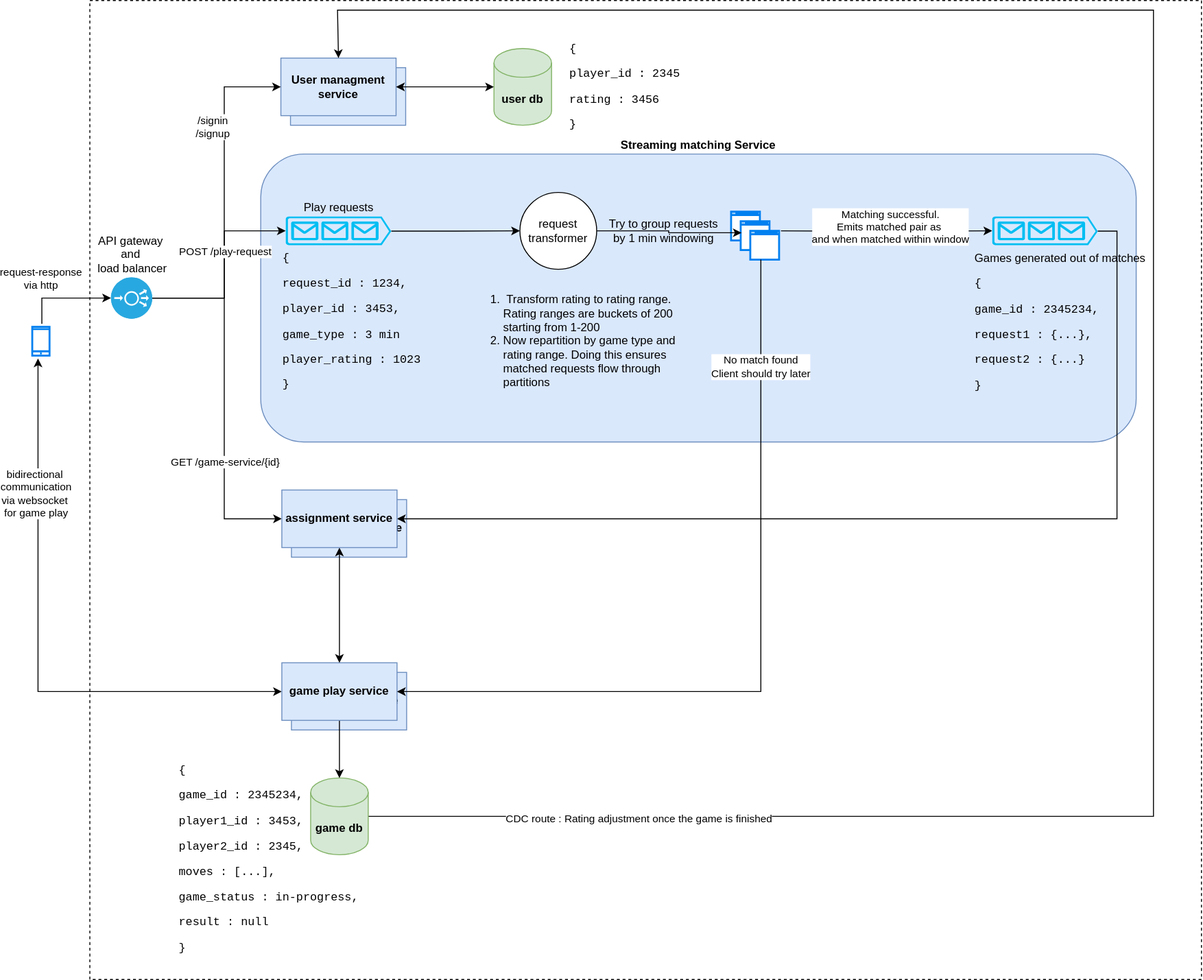
The draw.io diagram chess.com/chess.com.drawio.svg in AbhijithMadhav/distributed-systems, before a commit. Source tidied: cells renumbered, new cells last; positions are measured from the earlier drawing's top-left corner, leaving out a move shared by most shapes.
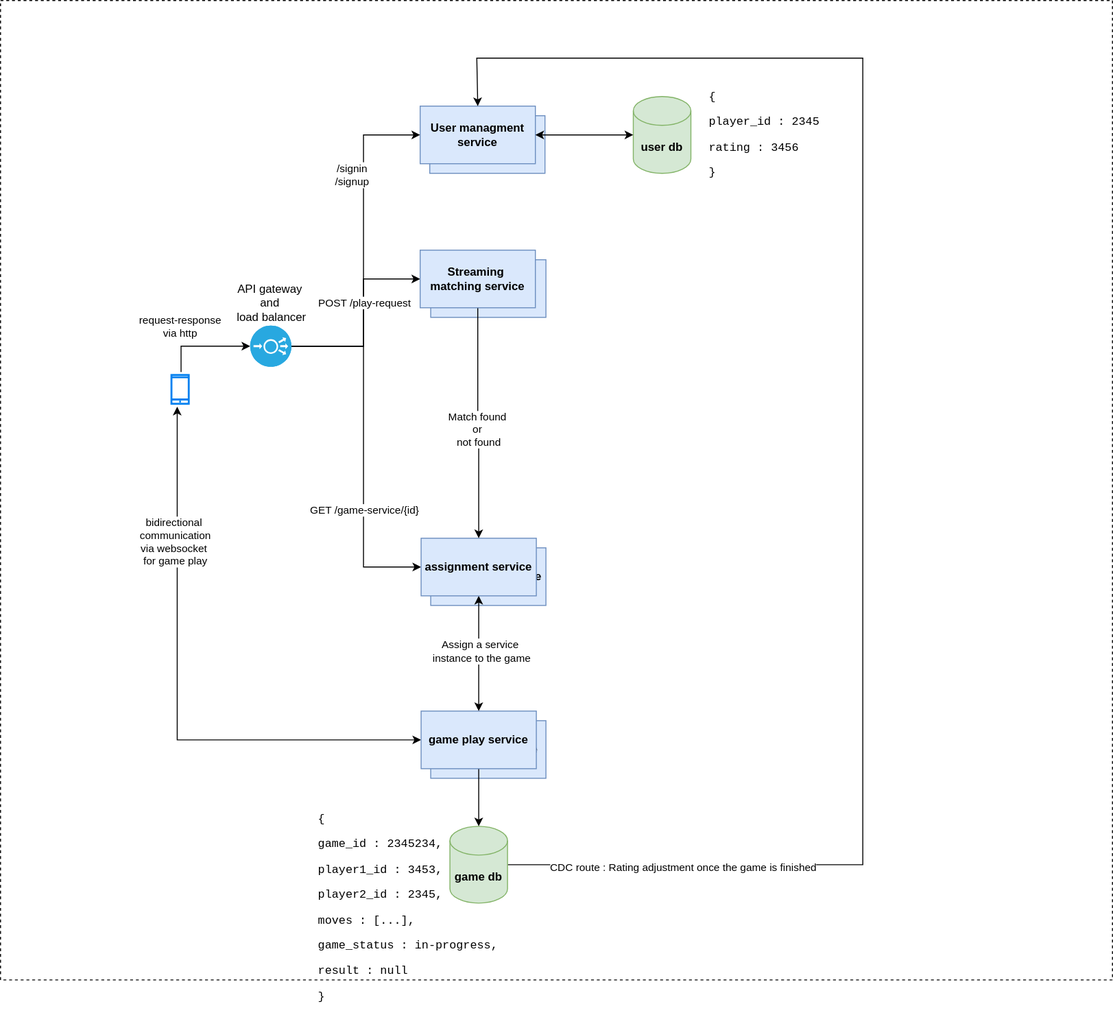
Above is the later version.

The edit, as a diff of the source:
```diff
@@ -3,7 +3,7 @@
     <mxCell id="0" />
     <mxCell id="1" parent="0" />
     <mxCell id="2" style="rounded=0;whiteSpace=wrap;html=1;dashed=1;" parent="1" vertex="1">
-      <mxGeometry x="60" width="1158" height="1020" as="geometry" />
+      <mxGeometry x="-178" y="-50" width="1158" height="1020" as="geometry" />
     </mxCell>
     <mxCell id="3" value="&lt;b&gt;assignment service&lt;/b&gt;" style="rounded=0;whiteSpace=wrap;html=1;fillColor=#dae8fc;strokeColor=#6c8ebf;" parent="1" vertex="1">
       <mxGeometry x="270" y="520" width="120" height="60" as="geometry" />
@@ -14,9 +14,6 @@
     <mxCell id="5" value="&lt;b&gt;game play service&lt;/b&gt;" style="rounded=0;whiteSpace=wrap;html=1;fillColor=#dae8fc;strokeColor=#6c8ebf;" parent="1" vertex="1">
       <mxGeometry x="270" y="700" width="120" height="60" as="geometry" />
     </mxCell>
-    <mxCell id="6" value="&lt;b&gt;Streaming matching Service&lt;/b&gt;" style="rounded=1;whiteSpace=wrap;html=1;labelPosition=center;verticalLabelPosition=top;align=center;verticalAlign=bottom;fillColor=#dae8fc;strokeColor=#6c8ebf;" parent="1" vertex="1">
-      <mxGeometry x="238" y="160" width="912" height="300" as="geometry" />
-    </mxCell>
     <mxCell id="7" value="&lt;b&gt;User managment service&lt;/b&gt;" style="rounded=0;whiteSpace=wrap;html=1;fillColor=#dae8fc;strokeColor=#6c8ebf;" parent="1" vertex="1">
       <mxGeometry x="259" y="60" width="120" height="60" as="geometry" />
     </mxCell>
@@ -36,7 +33,7 @@
         <mxPoint x="-14" y="19" as="offset" />
       </mxGeometry>
     </mxCell>
-    <mxCell id="11" style="edgeStyle=orthogonalEdgeStyle;rounded=0;jettySize=auto;html=1;entryX=0;entryY=0.5;entryDx=0;entryDy=0;entryPerimeter=0;exitX=1;exitY=0.5;exitDx=0;exitDy=0;exitPerimeter=0;" parent="1" edge="1" source="44" target="38">
+    <mxCell id="11" style="edgeStyle=orthogonalEdgeStyle;rounded=0;jettySize=auto;html=1;entryX=0;entryY=0.5;entryDx=0;entryDy=0;exitX=1;exitY=0.5;exitDx=0;exitDy=0;exitPerimeter=0;" parent="1" edge="1" source="44" target="53">
       <mxGeometry relative="1" as="geometry">
         <Array as="points">
           <mxPoint x="200" y="310" />
@@ -55,51 +52,11 @@
     <mxCell id="14" value="&lt;pre&gt;{&lt;/pre&gt;&lt;pre&gt;player_id : 2345&lt;/pre&gt;&lt;pre&gt;rating : 3456&lt;/pre&gt;&lt;pre&gt;}&lt;/pre&gt;" style="text;html=1;align=left;verticalAlign=middle;whiteSpace=wrap;rounded=0;" parent="1" vertex="1">
       <mxGeometry x="558" y="75" width="60" height="30" as="geometry" />
     </mxCell>
-    <mxCell id="15" style="edgeStyle=orthogonalEdgeStyle;rounded=0;jettySize=auto;html=1;exitX=1;exitY=0.51;exitDx=0;exitDy=0;exitPerimeter=0;entryX=0;entryY=0.5;entryDx=0;entryDy=0;" parent="1" edge="1" source="38" target="16">
-      <mxGeometry relative="1" as="geometry" />
-    </mxCell>
-    <mxCell id="16" value="request&lt;div&gt;transformer&lt;/div&gt;" style="ellipse;whiteSpace=wrap;html=1;" parent="1" vertex="1">
-      <mxGeometry x="508" y="200" width="80" height="80" as="geometry" />
-    </mxCell>
-    <mxCell id="17" style="group;" parent="1" vertex="1">
-      <mxGeometry x="728" y="220" width="50" height="50" as="geometry" />
-    </mxCell>
-    <mxCell id="18" style="html=1;verticalLabelPosition=bottom;align=center;labelBackgroundColor=#ffffff;verticalAlign=top;strokeWidth=2;strokeColor=#0080F0;shadow=0;dashed=0;shape=mxgraph.ios7.icons.window;" parent="17" vertex="1">
-      <mxGeometry width="30" height="30" as="geometry" />
-    </mxCell>
-    <mxCell id="19" style="html=1;verticalLabelPosition=bottom;align=center;labelBackgroundColor=#ffffff;verticalAlign=top;strokeWidth=2;strokeColor=#0080F0;shadow=0;dashed=0;shape=mxgraph.ios7.icons.window;" parent="17" vertex="1">
-      <mxGeometry x="10" y="10" width="30" height="30" as="geometry" />
-    </mxCell>
-    <mxCell id="20" style="html=1;verticalLabelPosition=bottom;align=center;labelBackgroundColor=#ffffff;verticalAlign=top;strokeWidth=2;strokeColor=#0080F0;shadow=0;dashed=0;shape=mxgraph.ios7.icons.window;" parent="17" vertex="1">
-      <mxGeometry x="20" y="20" width="30" height="30" as="geometry" />
-    </mxCell>
-    <mxCell id="21" style="edgeStyle=orthogonalEdgeStyle;rounded=0;jettySize=auto;html=1;entryX=0.033;entryY=0.4;entryDx=0;entryDy=0;entryPerimeter=0;" parent="1" edge="1" source="16" target="19">
-      <mxGeometry relative="1" as="geometry" />
-    </mxCell>
-    <mxCell id="22" value="Try to group requests by 1 min windowing" style="text;html=1;align=center;verticalAlign=middle;whiteSpace=wrap;rounded=0;" parent="1" vertex="1">
-      <mxGeometry x="598" y="210" width="120" height="60" as="geometry" />
-    </mxCell>
-    <mxCell id="23" style="edgeStyle=orthogonalEdgeStyle;rounded=0;jettySize=auto;html=1;entryX=0;entryY=0.5;entryDx=0;entryDy=0;entryPerimeter=0;" parent="1" edge="1" target="25">
-      <mxGeometry relative="1" as="geometry">
-        <mxPoint x="780" y="240" as="sourcePoint" />
-      </mxGeometry>
-    </mxCell>
-    <mxCell id="24" value="Matching successful.&lt;div&gt;Emits matched pair as&amp;nbsp;&lt;/div&gt;&lt;div&gt;and when matched within window&lt;/div&gt;" style="edgeLabel;html=1;align=center;verticalAlign=middle;" parent="23" vertex="1">
-      <mxGeometry x="-0.1" y="-1" relative="1" as="geometry">
-        <mxPoint x="15" y="-6" as="offset" />
-      </mxGeometry>
-    </mxCell>
-    <mxCell id="25" style="verticalLabelPosition=bottom;html=1;verticalAlign=top;align=center;strokeColor=none;fillColor=#00BEF2;shape=mxgraph.azure.queue_generic;rotation=0;labelPosition=center;" parent="1" vertex="1">
-      <mxGeometry x="1000" y="225" width="110" height="30" as="geometry" />
-    </mxCell>
-    <mxCell id="26" value="&lt;pre&gt;&lt;font face=&quot;Helvetica&quot;&gt;Games generated out of matches&lt;/font&gt;&lt;/pre&gt;&lt;pre&gt;{ &lt;/pre&gt;&lt;pre&gt;game_id : 2345234,&lt;/pre&gt;&lt;pre&gt;request1 : {...},&lt;/pre&gt;&lt;pre&gt;request2 : {...}&lt;/pre&gt;&lt;pre&gt;}&lt;/pre&gt;" style="text;html=1;align=left;verticalAlign=middle;whiteSpace=wrap;rounded=0;labelBorderColor=none;labelBackgroundColor=none;" parent="1" vertex="1">
-      <mxGeometry x="980" y="320" width="60" height="30" as="geometry" />
-    </mxCell>
     <mxCell id="27" style="edgeStyle=orthogonalEdgeStyle;rounded=0;jettySize=auto;html=1;entryX=0.5;entryY=0;entryDx=0;entryDy=0;exitX=1;exitY=0.5;exitDx=0;exitDy=0;exitPerimeter=0;" parent="1" edge="1" source="29" target="7">
       <mxGeometry relative="1" as="geometry">
         <Array as="points">
-          <mxPoint x="1168" y="850" />
-          <mxPoint x="1168" y="10" />
+          <mxPoint x="720" y="850" />
+          <mxPoint x="720" y="10" />
           <mxPoint x="318" y="10" />
         </Array>
       </mxGeometry>
@@ -135,15 +92,9 @@
     <mxCell id="36" style="edgeStyle=orthogonalEdgeStyle;rounded=0;jettySize=auto;html=1;entryX=0.5;entryY=0;entryDx=0;entryDy=0;exitX=0.5;exitY=1;exitDx=0;exitDy=0;startArrow=classic;startFill=1;" parent="1" edge="1" source="48" target="35">
       <mxGeometry relative="1" as="geometry" />
     </mxCell>
-    <mxCell id="37" value="&lt;ol&gt;&lt;li&gt;&lt;span style=&quot;text-align: center;&quot;&gt;&amp;nbsp;Transform rating to rating range. Rating ranges are buckets of 200 starting from 1-200&lt;/span&gt;&lt;/li&gt;&lt;li&gt;&lt;span style=&quot;text-align: center;&quot;&gt;Now repartition by game type and rating range. Doing this ensures matched requests flow through partitions&lt;/span&gt;&lt;/li&gt;&lt;/ol&gt;" style="text;html=1;align=left;verticalAlign=middle;whiteSpace=wrap;rounded=0;" parent="1" vertex="1">
-      <mxGeometry x="449" y="340" width="229" height="30" as="geometry" />
-    </mxCell>
-    <mxCell id="38" value="Play requests" style="verticalLabelPosition=top;html=1;verticalAlign=bottom;align=center;strokeColor=none;fillColor=#00BEF2;shape=mxgraph.azure.queue_generic;labelPosition=center;" parent="1" vertex="1">
-      <mxGeometry x="264" y="225" width="110" height="30" as="geometry" />
-    </mxCell>
-    <mxCell id="39" value="&lt;pre&gt;{ &lt;/pre&gt;&lt;pre&gt;request_id : 1234,&lt;/pre&gt;&lt;pre&gt;player_id : 3453,&lt;/pre&gt;&lt;pre&gt;game_type : 3 min&lt;/pre&gt;&lt;pre&gt;player_rating : 1023&lt;/pre&gt;&lt;pre&gt;}&lt;/pre&gt;" style="text;html=1;align=left;verticalAlign=middle;whiteSpace=wrap;rounded=0;" parent="1" vertex="1">
-      <mxGeometry x="259" y="320" width="60" height="30" as="geometry" />
-    </mxCell>
+    <mxCell id="49" value="Assign a service&amp;nbsp;&lt;div&gt;instance to the game&lt;/div&gt;" style="edgeLabel;html=1;align=center;verticalAlign=middle;" parent="36" vertex="1">
+      <mxGeometry x="-0.05" y="2" relative="1" as="geometry" />
+    </mxCell>
     <mxCell id="40" style="edgeStyle=orthogonalEdgeStyle;rounded=0;jettySize=auto;html=1;exitX=0.556;exitY=-0.1;exitDx=0;exitDy=0;exitPerimeter=0;entryX=0;entryY=0.5;entryDx=0;entryDy=0;entryPerimeter=0;" parent="1" edge="1" source="13" target="44">
       <mxGeometry relative="1" as="geometry">
         <Array as="points">
@@ -172,23 +123,20 @@
     <mxCell id="44" value="API gateway&amp;nbsp;&lt;div&gt;and&amp;nbsp;&lt;/div&gt;&lt;div&gt;load balancer&lt;/div&gt;" style="fillColor=#28A8E0;verticalLabelPosition=top;sketch=0;html=1;strokeColor=#ffffff;verticalAlign=bottom;align=center;points=[[0.145,0.145,0],[0.5,0,0],[0.855,0.145,0],[1,0.5,0],[0.855,0.855,0],[0.5,1,0],[0.145,0.855,0],[0,0.5,0]];shape=mxgraph.cisco_safe.compositeIcon;bgIcon=ellipse;resIcon=mxgraph.cisco_safe.capability.load_balancer;labelPosition=center;" parent="1" vertex="1">
       <mxGeometry x="82" y="288.5" width="43" height="43" as="geometry" />
     </mxCell>
-    <mxCell id="45" style="edgeStyle=orthogonalEdgeStyle;rounded=0;jettySize=auto;html=1;exitX=1;exitY=0.51;exitDx=0;exitDy=0;exitPerimeter=0;entryX=1;entryY=0.5;entryDx=0;entryDy=0;" parent="1" edge="1" source="25" target="48">
-      <mxGeometry relative="1" as="geometry" />
-    </mxCell>
-    <mxCell id="46" style="edgeStyle=orthogonalEdgeStyle;rounded=0;jettySize=auto;html=1;exitX=0.367;exitY=1;exitDx=0;exitDy=0;exitPerimeter=0;entryX=1;entryY=0.5;entryDx=0;entryDy=0;" parent="1" edge="1" source="20" target="35">
-      <mxGeometry relative="1" as="geometry">
-        <Array as="points">
-          <mxPoint x="759" y="720" />
-        </Array>
-      </mxGeometry>
-    </mxCell>
-    <mxCell id="47" value="No match found&lt;div&gt;Client should try later&lt;/div&gt;" style="edgeLabel;html=1;align=center;verticalAlign=middle;" parent="46" vertex="1">
-      <mxGeometry x="-0.5" y="-3" relative="1" as="geometry">
-        <mxPoint x="2" y="-96" as="offset" />
-      </mxGeometry>
-    </mxCell>
     <mxCell id="48" value="&lt;b&gt;assignment service&lt;/b&gt;" style="rounded=0;whiteSpace=wrap;html=1;fillColor=#dae8fc;strokeColor=#6c8ebf;" parent="1" vertex="1">
       <mxGeometry x="260" y="510" width="120" height="60" as="geometry" />
     </mxCell>
+    <mxCell id="50" value="&lt;b&gt;User managment service&lt;/b&gt;" style="rounded=0;whiteSpace=wrap;html=1;fillColor=#dae8fc;strokeColor=#6c8ebf;" parent="1" vertex="1">
+      <mxGeometry x="270" y="220" width="120" height="60" as="geometry" />
+    </mxCell>
+    <mxCell id="51" style="edgeStyle=orthogonalEdgeStyle;rounded=0;jettySize=auto;html=1;exitX=0.5;exitY=1;exitDx=0;exitDy=0;entryX=0.5;entryY=0;entryDx=0;entryDy=0;" parent="1" edge="1" source="53" target="48">
+      <mxGeometry relative="1" as="geometry" />
+    </mxCell>
+    <mxCell id="52" value="Match found&amp;nbsp;&lt;div&gt;or&amp;nbsp;&lt;/div&gt;&lt;div&gt;not found&lt;/div&gt;" style="edgeLabel;html=1;align=center;verticalAlign=middle;" parent="51" vertex="1">
+      <mxGeometry x="0.05" y="-1" relative="1" as="geometry" />
+    </mxCell>
+    <mxCell id="53" value="&lt;b&gt;Streaming&amp;nbsp;&lt;/b&gt;&lt;div&gt;&lt;b&gt;matching service&lt;/b&gt;&lt;/div&gt;" style="rounded=0;whiteSpace=wrap;html=1;fillColor=#dae8fc;strokeColor=#6c8ebf;" parent="1" vertex="1">
+      <mxGeometry x="259" y="210" width="120" height="60" as="geometry" />
+    </mxCell>
   </root>
 </mxGraphModel>
```
